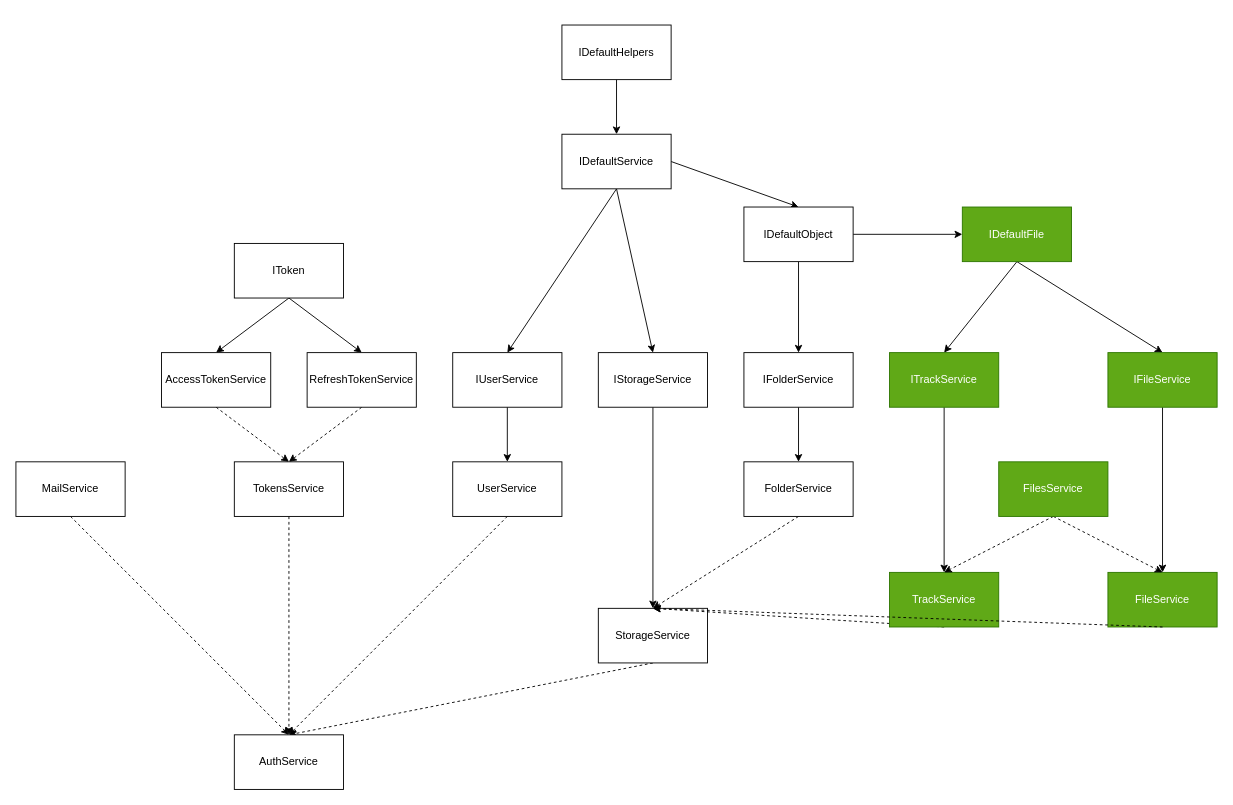
WheatleyCODE/storage-server keeps this draw.io diagram as page "Схема" (3 of 3) of project.drawio. Above is the earlier version. Source tidied: cells renumbered, new cells numbered last; positions are measured from the earlier drawing's top-left corner, leaving out a move shared by most shapes. Both pictures are drawn from the tidied source at 91%, with x=0, y=0 at pixel (15, 25).
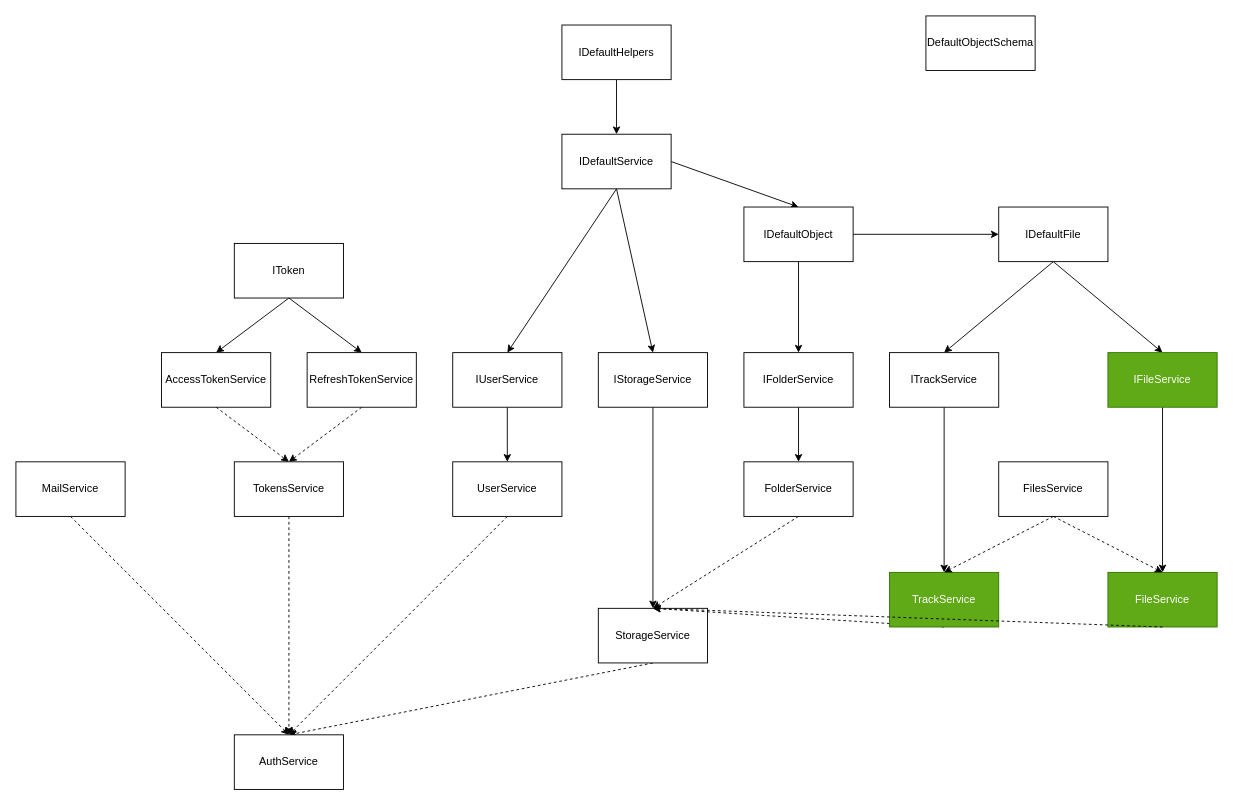
The same page after the edit.

What changed in the source:
```diff
@@
-    <mxCell id="37" value="IDefaultFile" style="rounded=0;whiteSpace=wrap;html=1;fillColor=#60a917;fontColor=#ffffff;strokeColor=#2D7600;" parent="1" vertex="1">
-      <mxGeometry x="1040" y="200" width="120" height="60" as="geometry" />
+    <mxCell id="37" value="IDefaultFile" style="rounded=0;whiteSpace=wrap;html=1;" parent="1" vertex="1">
+      <mxGeometry x="1080" y="200" width="120" height="60" as="geometry" />
     </mxCell>
@@
-    <mxCell id="39" value="ITrackService" style="rounded=0;whiteSpace=wrap;html=1;fillColor=#60a917;fontColor=#ffffff;strokeColor=#2D7600;" parent="1" vertex="1">
+    <mxCell id="39" value="ITrackService" style="rounded=0;whiteSpace=wrap;html=1;" parent="1" vertex="1">
       <mxGeometry x="960" y="360" width="120" height="60" as="geometry" />
     </mxCell>
@@
-    <mxCell id="48" value="FilesService" style="rounded=0;whiteSpace=wrap;html=1;fillColor=#60a917;fontColor=#ffffff;strokeColor=#2D7600;" parent="1" vertex="1">
+    <mxCell id="48" value="FilesService" style="rounded=0;whiteSpace=wrap;html=1;" parent="1" vertex="1">
       <mxGeometry x="1080" y="480" width="120" height="60" as="geometry" />
     </mxCell>
+    <mxCell id="49" value="DefaultObjectSchema" style="rounded=0;whiteSpace=wrap;html=1;" parent="1" vertex="1">
+      <mxGeometry x="1000" y="-10" width="120" height="60" as="geometry" />
+    </mxCell>
```
